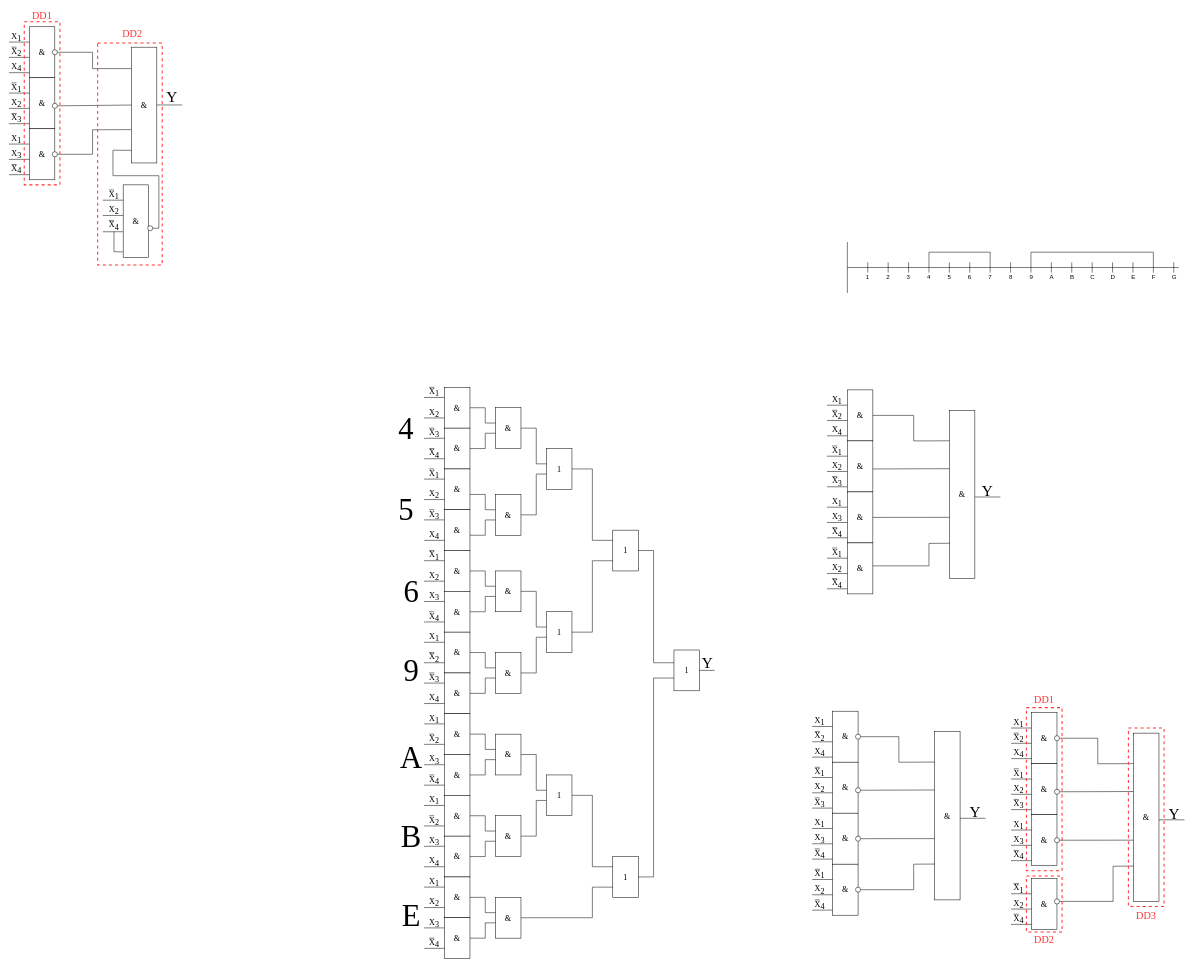
Before: lab1/lab1_arc_evm.drawio in Hlebnica/arch_evm, a draw.io diagram. Source tidied: cells renumbered, new cells numbered last; positions are measured from the earlier drawing's top-left corner, leaving out a move shared by most shapes. Both pictures are drawn from the tidied source at 51%, with x=0, y=0 at pixel (9, 9).
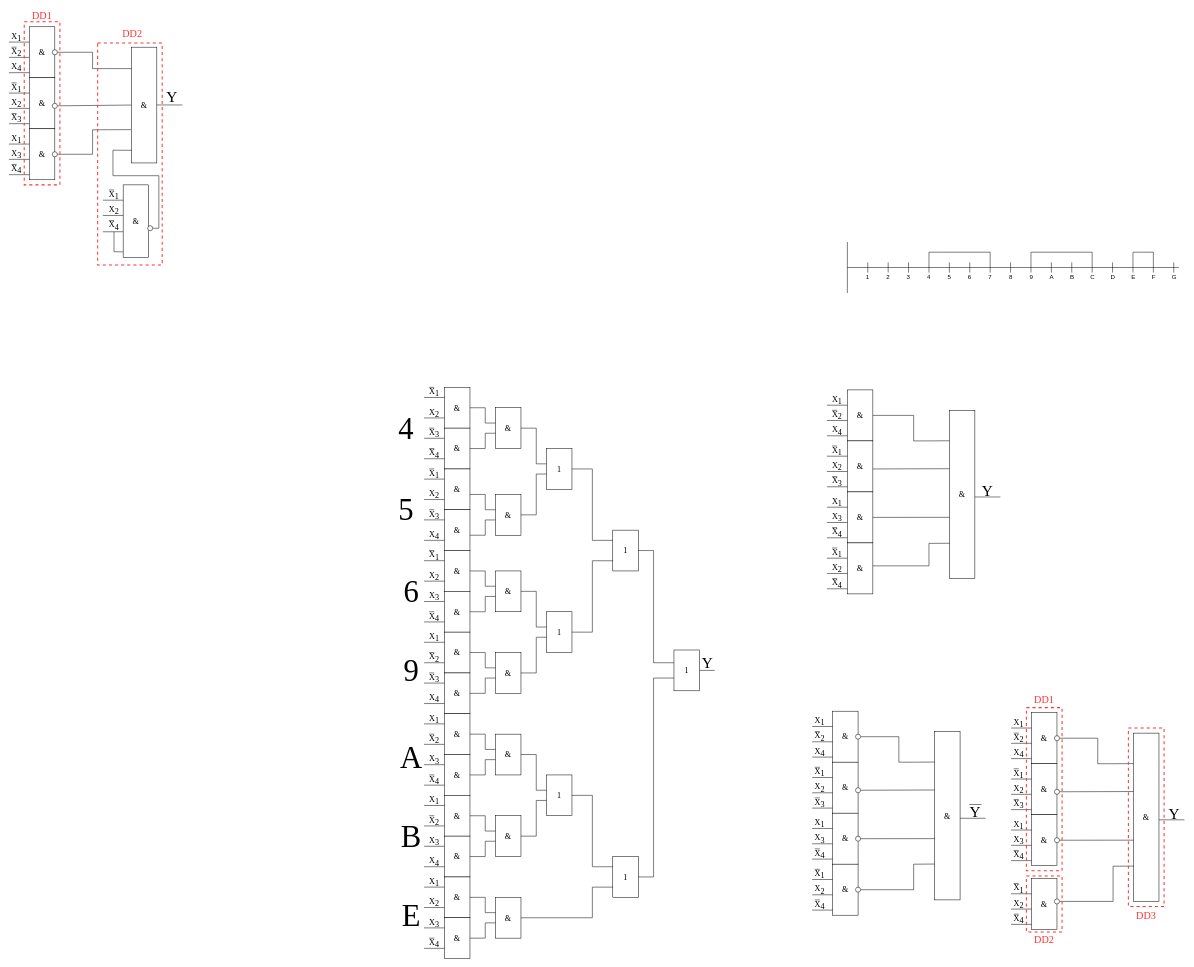
After the change.

What changed in the source:
```diff
@@
     <mxCell id="352" style="endArrow=none;html=1;rounded=0;" parent="1" edge="1">
       <mxGeometry relative="1" as="geometry">
         <mxPoint x="2004" y="497" as="sourcePoint" />
-        <mxPoint x="2244" y="497" as="targetPoint" />
+        <mxPoint x="2124" y="497" as="targetPoint" />
         <Array as="points">
           <mxPoint x="2004" y="477" />
           <mxPoint x="2104" y="477" />
-          <mxPoint x="2244" y="477" />
+          <mxPoint x="2124" y="477" />
         </Array>
       </mxGeometry>
     </mxCell>
@@
+    <mxCell id="356" style="endArrow=none;html=1;rounded=0;" parent="1" edge="1">
+      <mxGeometry relative="1" as="geometry">
+        <mxPoint x="2204" y="497" as="sourcePoint" />
+        <mxPoint x="2244" y="497" as="targetPoint" />
+        <Array as="points">
+          <mxPoint x="2204" y="477" />
+          <mxPoint x="2224" y="477" />
+          <mxPoint x="2244" y="477" />
+        </Array>
+      </mxGeometry>
+    </mxCell>
+    <mxCell id="357" style="endArrow=none;html=1;rounded=0;" parent="1" edge="1">
+      <mxGeometry relative="1" as="geometry">
+        <mxPoint x="1883" y="1559.9" as="sourcePoint" />
+        <mxPoint x="1907" y="1559.9" as="targetPoint" />
+      </mxGeometry>
+    </mxCell>
```
